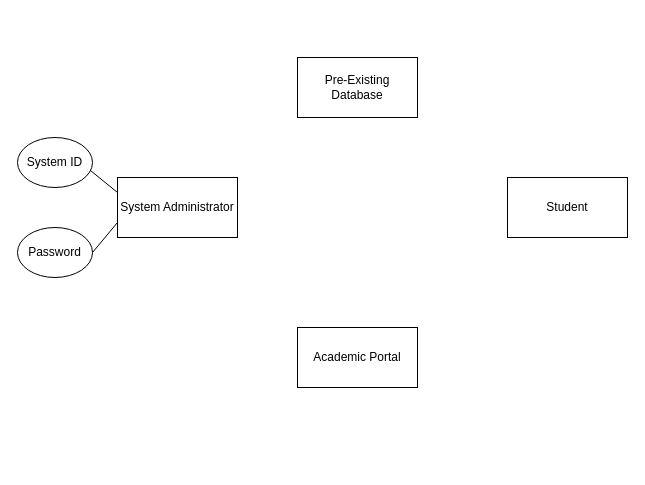
Earlier version of the draw.io diagram ER1.drawio (RitabrataDas343/Draw-ER). Source tidied: cells renumbered, new cells numbered last; positions are measured from the earlier drawing's top-left corner, leaving out a move shared by most shapes. Both pictures are drawn from the tidied source at 100%, with x=0, y=0 at pixel (17, 57).
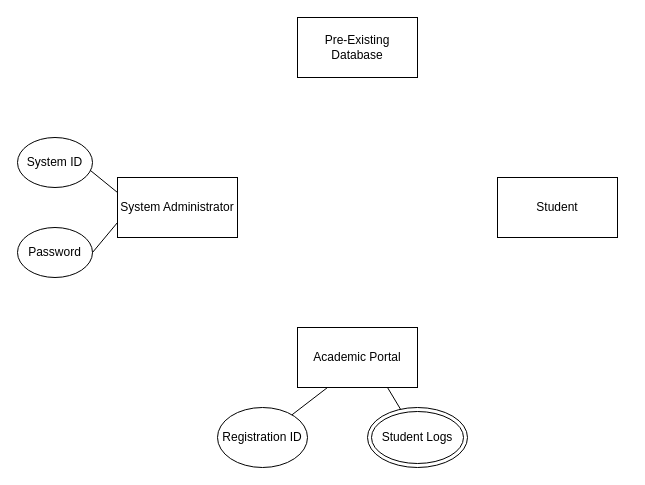
Above is the later version.

What changed in the source:
```diff
@@
 <mxGraphModel>
   <root>
     <mxCell id="0" />
     <mxCell id="1" parent="0" />
     <mxCell id="2" value="&lt;div&gt;Pre-Existing Database&lt;/div&gt;" style="rounded=0;whiteSpace=wrap;html=1;strokeWidth=1;" parent="1" vertex="1">
-      <mxGeometry x="280" width="120" height="60" as="geometry" />
+      <mxGeometry x="280" y="-40" width="120" height="60" as="geometry" />
     </mxCell>
     <mxCell id="3" value="&lt;div&gt;System Administrator&lt;/div&gt;" style="rounded=0;whiteSpace=wrap;html=1;strokeWidth=1;" parent="1" vertex="1">
       <mxGeometry x="100" y="120" width="120" height="60" as="geometry" />
     </mxCell>
     <mxCell id="4" value="&lt;div&gt;Student&lt;/div&gt;" style="rounded=0;whiteSpace=wrap;html=1;strokeWidth=1;" parent="1" vertex="1">
-      <mxGeometry x="490" y="120" width="120" height="60" as="geometry" />
+      <mxGeometry x="480" y="120" width="120" height="60" as="geometry" />
     </mxCell>
     <mxCell id="5" value="&lt;div&gt;Academic Portal&lt;/div&gt;" style="rounded=0;whiteSpace=wrap;html=1;strokeWidth=1;" parent="1" vertex="1">
       <mxGeometry x="280" y="270" width="120" height="60" as="geometry" />
     </mxCell>
     <mxCell id="6" value="&lt;div&gt;System ID&lt;/div&gt;" style="ellipse;whiteSpace=wrap;html=1;" parent="1" vertex="1">
       <mxGeometry y="80" width="75" height="50" as="geometry" />
     </mxCell>
     <mxCell id="7" value="&lt;div&gt;Password&lt;/div&gt;" style="ellipse;whiteSpace=wrap;html=1;" parent="1" vertex="1">
       <mxGeometry y="170" width="75" height="50" as="geometry" />
     </mxCell>
     <mxCell id="8" style="endArrow=none;html=1;rounded=0;exitX=0.973;exitY=0.66;exitDx=0;exitDy=0;exitPerimeter=0;entryX=0;entryY=0.25;entryDx=0;entryDy=0;" parent="1" edge="1" source="6" target="3">
       <mxGeometry relative="1" as="geometry" />
     </mxCell>
     <mxCell id="9" style="endArrow=none;html=1;rounded=0;entryX=0;entryY=0.75;entryDx=0;entryDy=0;exitX=1;exitY=0.5;exitDx=0;exitDy=0;" parent="1" edge="1" source="7" target="3">
       <mxGeometry relative="1" as="geometry" />
     </mxCell>
+    <mxCell id="10" value="&lt;div&gt;Registration ID&lt;/div&gt;" style="ellipse;whiteSpace=wrap;html=1;" parent="1" vertex="1">
+      <mxGeometry x="200" y="350" width="90" height="60" as="geometry" />
+    </mxCell>
+    <mxCell id="11" value="&lt;div&gt;Student Logs&lt;/div&gt;" style="ellipse;shape=doubleEllipse;whiteSpace=wrap;html=1;" parent="1" vertex="1">
+      <mxGeometry x="350" y="350" width="100" height="60" as="geometry" />
+    </mxCell>
+    <mxCell id="12" style="endArrow=none;html=1;rounded=0;exitX=0.25;exitY=1;exitDx=0;exitDy=0;" parent="1" edge="1" source="5" target="10">
+      <mxGeometry relative="1" as="geometry" />
+    </mxCell>
+    <mxCell id="13" style="endArrow=none;html=1;rounded=0;exitX=0.75;exitY=1;exitDx=0;exitDy=0;" parent="1" edge="1" source="5" target="11">
+      <mxGeometry relative="1" as="geometry" />
+    </mxCell>
   </root>
 </mxGraphModel>
```
